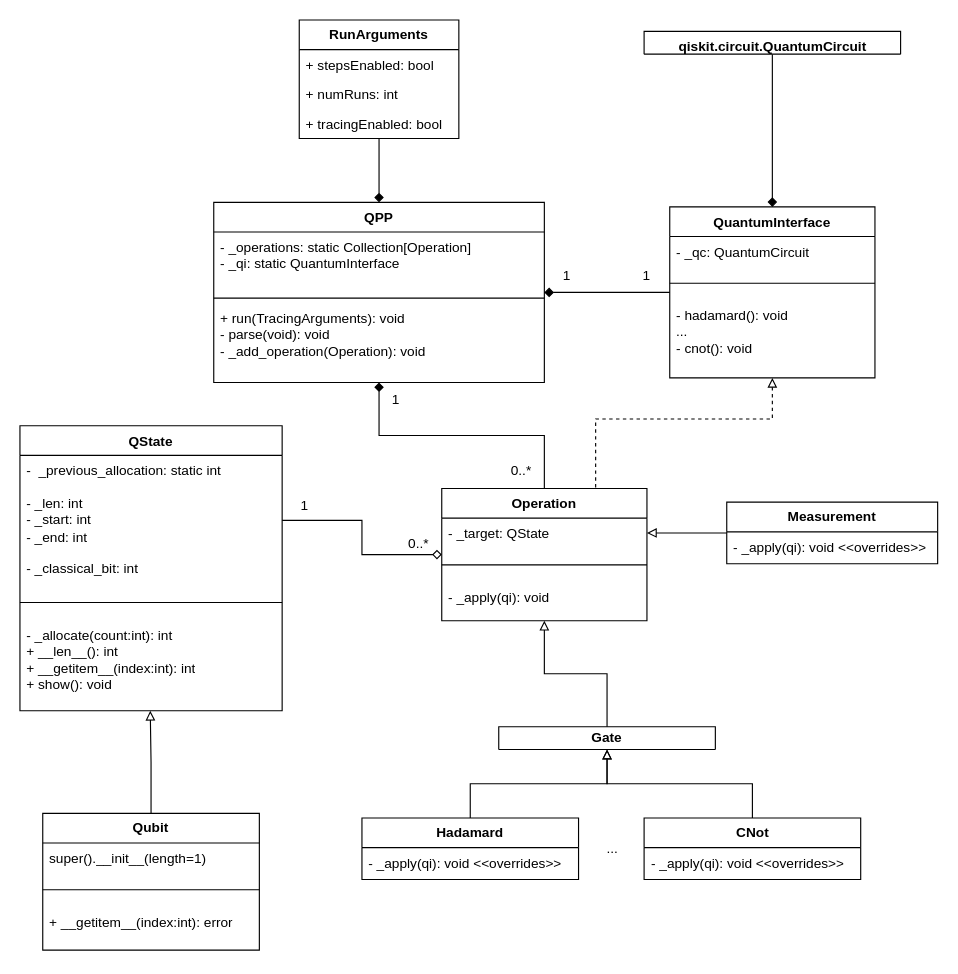
Before: uml.drawio in LejoLevan/qleap, a draw.io diagram. Source tidied: cells renumbered, new cells numbered last; positions are measured from the earlier drawing's top-left corner, leaving out a move shared by most shapes. Both pictures are drawn from the tidied source at 114%, with x=0, y=0 at pixel (19, 19).
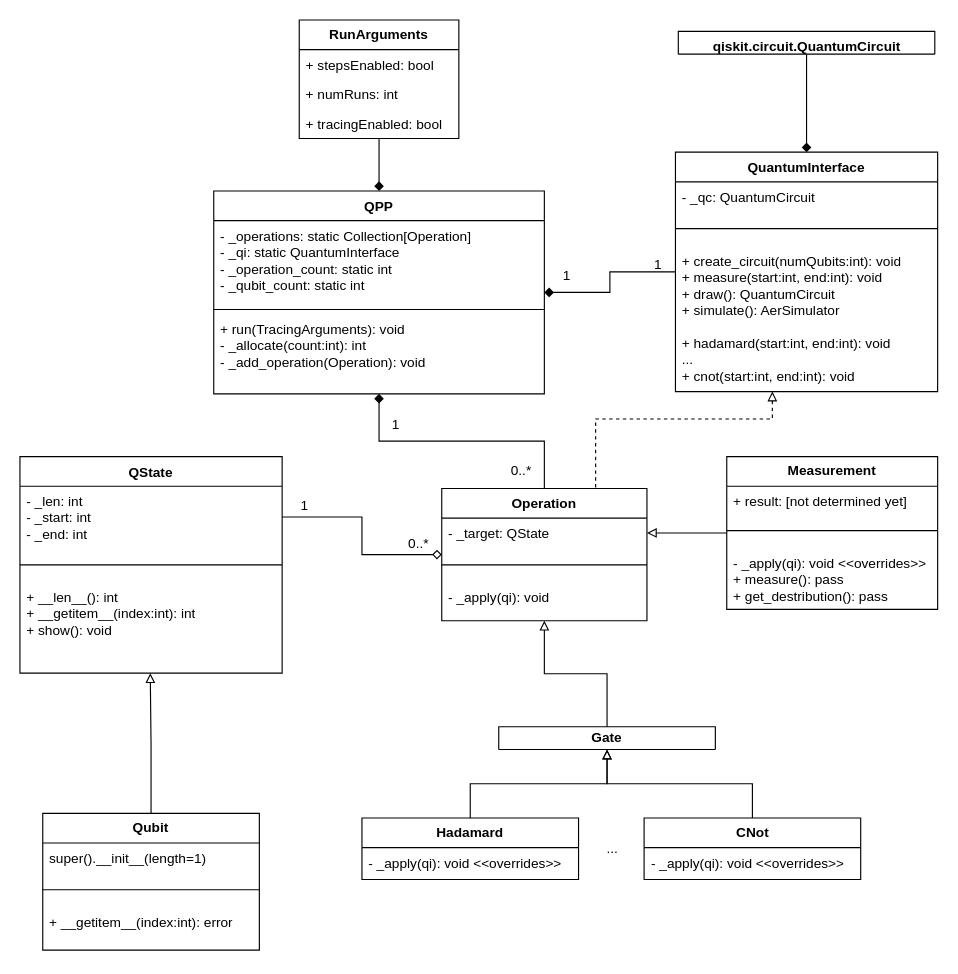
The same diagram, later.

Commit message (it also covers changes not shown here):
updated UML to latest running code

Diff of the diagram source:
```diff
@@
     <mxCell id="2" value="QState" style="swimlane;fontStyle=1;align=center;verticalAlign=top;horizontal=1;startSize=26;whiteSpace=wrap;html=1;" parent="1" vertex="1">
-      <mxGeometry y="356" width="230" height="250" as="geometry" />
+      <mxGeometry y="383" width="230" height="190" as="geometry" />
     </mxCell>
-    <mxCell id="3" value="-&amp;nbsp; _previous_allocation: static int&lt;div&gt;&lt;br&gt;&lt;/div&gt;&lt;div&gt;- _len: int&lt;div&gt;- _start: int&lt;/div&gt;&lt;/div&gt;&lt;div&gt;- _end: int&lt;/div&gt;&lt;div&gt;&lt;br&gt;&lt;/div&gt;&lt;div&gt;- _classical_bit: int&lt;/div&gt;" style="text;strokeColor=none;fillColor=none;align=left;verticalAlign=top;spacingLeft=4;spacingRight=4;overflow=hidden;points=[[0,0.5],[1,0.5]];portConstraint=eastwest;whiteSpace=wrap;html=1;" parent="2" vertex="1">
-      <mxGeometry y="26" width="230" height="114" as="geometry" />
+    <mxCell id="3" value="&lt;div&gt;&lt;span style=&quot;background-color: transparent; color: light-dark(rgb(0, 0, 0), rgb(255, 255, 255));&quot;&gt;- _len: int&lt;/span&gt;&lt;/div&gt;&lt;div&gt;&lt;div&gt;- _start: int&lt;/div&gt;&lt;/div&gt;&lt;div&gt;- _end: int&lt;/div&gt;" style="text;strokeColor=none;fillColor=none;align=left;verticalAlign=top;spacingLeft=4;spacingRight=4;overflow=hidden;points=[[0,0.5],[1,0.5]];portConstraint=eastwest;whiteSpace=wrap;html=1;" parent="2" vertex="1">
+      <mxGeometry y="26" width="230" height="54" as="geometry" />
     </mxCell>
     <mxCell id="4" style="line;strokeWidth=1;fillColor=none;align=left;verticalAlign=middle;spacingTop=-1;spacingLeft=3;spacingRight=3;labelPosition=right;strokeColor=inherit;" parent="2" vertex="1">
-      <mxGeometry y="140" width="230" height="30" as="geometry" />
+      <mxGeometry y="80" width="230" height="30" as="geometry" />
     </mxCell>
-    <mxCell id="5" value="- _allocate(count:int): int&lt;br&gt;&lt;div&gt;+ __len__(): int&lt;/div&gt;&lt;div&gt;+ __getitem__(index:int): int&lt;/div&gt;&lt;div&gt;+ show(): void&lt;/div&gt;" style="text;strokeColor=none;fillColor=none;align=left;verticalAlign=top;spacingLeft=4;spacingRight=4;overflow=hidden;points=[[0,0.5],[1,0.5]];portConstraint=eastwest;whiteSpace=wrap;html=1;" parent="2" vertex="1">
-      <mxGeometry y="170" width="230" height="80" as="geometry" />
+    <mxCell id="5" value="&lt;div&gt;+ __len__(): int&lt;/div&gt;&lt;div&gt;+ __getitem__(index:int): int&lt;/div&gt;&lt;div&gt;+ show(): void&lt;/div&gt;" style="text;strokeColor=none;fillColor=none;align=left;verticalAlign=top;spacingLeft=4;spacingRight=4;overflow=hidden;points=[[0,0.5],[1,0.5]];portConstraint=eastwest;whiteSpace=wrap;html=1;" parent="2" vertex="1">
+      <mxGeometry y="110" width="230" height="80" as="geometry" />
     </mxCell>
@@
     <mxCell id="18" value="QPP" style="swimlane;fontStyle=1;align=center;verticalAlign=top;horizontal=1;startSize=26;whiteSpace=wrap;html=1;" parent="1" vertex="1">
-      <mxGeometry x="170" y="160" width="290" height="158" as="geometry" />
+      <mxGeometry x="170" y="150" width="290" height="178" as="geometry" />
     </mxCell>
-    <mxCell id="19" value="- _operations: static Collection[Operation]&lt;div&gt;- _qi: static QuantumInterface&lt;/div&gt;" style="text;strokeColor=none;fillColor=none;align=left;verticalAlign=top;spacingLeft=4;spacingRight=4;overflow=hidden;whiteSpace=wrap;html=1;" parent="18" vertex="1">
-      <mxGeometry y="26" width="290" height="54" as="geometry" />
+    <mxCell id="19" value="- _operations: static Collection[Operation]&lt;div&gt;- _qi: static QuantumInterface&lt;/div&gt;&lt;div&gt;- _operation_count: static int&lt;/div&gt;&lt;div&gt;- _qubit_count: static int&lt;/div&gt;" style="text;strokeColor=none;fillColor=none;align=left;verticalAlign=top;spacingLeft=4;spacingRight=4;overflow=hidden;whiteSpace=wrap;html=1;" parent="18" vertex="1">
+      <mxGeometry y="26" width="290" height="74" as="geometry" />
     </mxCell>
     <mxCell id="20" style="line;strokeWidth=1;fillColor=none;align=left;verticalAlign=middle;spacingTop=-1;spacingLeft=3;spacingRight=3;labelPosition=right;strokeColor=inherit;" parent="18" vertex="1">
-      <mxGeometry y="80" width="290" height="8" as="geometry" />
+      <mxGeometry y="100" width="290" height="8" as="geometry" />
     </mxCell>
-    <mxCell id="21" value="+ run(TracingArguments): void&lt;div&gt;- parse(void): void&lt;/div&gt;&lt;div&gt;-&amp;nbsp;_add_operation(Operation): void&lt;/div&gt;" style="text;strokeColor=none;fillColor=none;align=left;verticalAlign=top;spacingLeft=4;spacingRight=4;overflow=hidden;whiteSpace=wrap;html=1;" parent="18" vertex="1">
-      <mxGeometry y="88" width="290" height="70" as="geometry" />
+    <mxCell id="21" value="+ run(TracingArguments): void&lt;div&gt;- _allocate(count:int): int&lt;/div&gt;&lt;div&gt;-&amp;nbsp;_add_operation(Operation): void&lt;/div&gt;" style="text;strokeColor=none;fillColor=none;align=left;verticalAlign=top;spacingLeft=4;spacingRight=4;overflow=hidden;whiteSpace=wrap;html=1;" parent="18" vertex="1">
+      <mxGeometry y="108" width="290" height="70" as="geometry" />
     </mxCell>
@@
     <mxCell id="30" value="&lt;b&gt;Measurement&lt;/b&gt;" style="swimlane;fontStyle=0;horizontal=1;startSize=26;fillColor=none;whiteSpace=wrap;html=1;" parent="1" vertex="1">
-      <mxGeometry x="620" y="423" width="185" height="54" as="geometry" />
+      <mxGeometry x="620" y="383" width="185" height="134" as="geometry" />
     </mxCell>
+    <mxCell id="52" value="+ result: [not determined yet]" style="text;strokeColor=none;fillColor=none;align=left;verticalAlign=top;spacingLeft=4;spacingRight=4;overflow=hidden;whiteSpace=wrap;html=1;" parent="30" vertex="1">
+      <mxGeometry y="26" width="185" height="24" as="geometry" />
+    </mxCell>
+    <mxCell id="53" style="line;strokeWidth=1;fillColor=none;align=left;verticalAlign=middle;spacingTop=-1;spacingLeft=3;spacingRight=3;labelPosition=right;strokeColor=inherit;" parent="30" vertex="1">
+      <mxGeometry y="50" width="185" height="30" as="geometry" />
+    </mxCell>
-    <mxCell id="31" value="- _apply(qi): void &amp;lt;&amp;lt;overrides&amp;gt;&amp;gt;" style="text;strokeColor=none;fillColor=none;align=left;verticalAlign=top;spacingLeft=4;spacingRight=4;overflow=hidden;whiteSpace=wrap;html=1;" parent="30" vertex="1">
-      <mxGeometry y="26" width="185" height="28" as="geometry" />
+    <mxCell id="31" value="- _apply(qi): void &amp;lt;&amp;lt;overrides&amp;gt;&amp;gt;&lt;div&gt;+ measure(): pass&lt;/div&gt;&lt;div&gt;+ get_destribution(): pass&lt;/div&gt;" style="text;strokeColor=none;fillColor=none;align=left;verticalAlign=top;spacingLeft=4;spacingRight=4;overflow=hidden;whiteSpace=wrap;html=1;" parent="30" vertex="1">
+      <mxGeometry y="80" width="185" height="54" as="geometry" />
     </mxCell>
@@
     <mxCell id="33" value="QuantumInterface" style="swimlane;fontStyle=1;align=center;verticalAlign=top;horizontal=1;startSize=26;whiteSpace=wrap;html=1;" parent="1" vertex="1">
-      <mxGeometry x="570" y="164" width="180" height="150" as="geometry" />
+      <mxGeometry x="575" y="116" width="230" height="210" as="geometry" />
     </mxCell>
     <mxCell id="34" value="- _qc: QuantumCircuit" style="text;strokeColor=none;fillColor=none;align=left;verticalAlign=top;spacingLeft=4;spacingRight=4;overflow=hidden;whiteSpace=wrap;html=1;" parent="33" vertex="1">
-      <mxGeometry y="26" width="180" height="26" as="geometry" />
+      <mxGeometry y="26" width="230" height="26" as="geometry" />
     </mxCell>
     <mxCell id="35" style="line;strokeWidth=1;fillColor=none;align=left;verticalAlign=middle;spacingTop=-1;spacingLeft=3;spacingRight=3;labelPosition=right;strokeColor=inherit;" parent="33" vertex="1">
-      <mxGeometry y="52" width="180" height="30" as="geometry" />
+      <mxGeometry y="52" width="230" height="30" as="geometry" />
     </mxCell>
-    <mxCell id="36" value="- hadamard(): void&lt;div&gt;...&lt;/div&gt;&lt;div&gt;- cnot(): void&lt;/div&gt;" style="text;strokeColor=none;fillColor=none;align=left;verticalAlign=top;spacingLeft=4;spacingRight=4;overflow=hidden;whiteSpace=wrap;html=1;" parent="33" vertex="1">
-      <mxGeometry y="82" width="180" height="68" as="geometry" />
+    <mxCell id="36" value="&lt;div&gt;+ create_circuit(numQubits:int): void&lt;/div&gt;&lt;div&gt;+ measure(start:int, end:int): void&lt;/div&gt;&lt;div&gt;+ draw(): QuantumCircuit&lt;/div&gt;&lt;div&gt;+ simulate(): AerSimulator&lt;/div&gt;&lt;div&gt;&lt;br&gt;&lt;/div&gt;+ hadamard(start:int, end:int): void&lt;div&gt;...&lt;/div&gt;&lt;div&gt;+ cnot(&lt;span style=&quot;background-color: transparent; color: light-dark(rgb(0, 0, 0), rgb(255, 255, 255));&quot;&gt;start:int, end:int&lt;/span&gt;&lt;span style=&quot;background-color: transparent; color: light-dark(rgb(0, 0, 0), rgb(255, 255, 255));&quot;&gt;): void&lt;/span&gt;&lt;/div&gt;&lt;div&gt;&lt;br&gt;&lt;/div&gt;" style="text;strokeColor=none;fillColor=none;align=left;verticalAlign=top;spacingLeft=4;spacingRight=4;overflow=hidden;whiteSpace=wrap;html=1;" parent="33" vertex="1">
+      <mxGeometry y="82" width="230" height="128" as="geometry" />
     </mxCell>
@@
     <mxCell id="38" value="qiskit.circuit.QuantumCircuit" style="swimlane;fontStyle=1;align=center;verticalAlign=top;horizontal=1;startSize=26;whiteSpace=wrap;html=1;" parent="1" vertex="1">
-      <mxGeometry x="547.5" y="10" width="225" height="20" as="geometry" />
+      <mxGeometry x="577.5" y="10" width="225" height="20" as="geometry" />
     </mxCell>
@@
     <mxCell id="49" value="1" style="text;html=1;whiteSpace=wrap;strokeColor=none;fillColor=none;align=center;verticalAlign=middle;rounded=0;" parent="1" vertex="1">
-      <mxGeometry x="300" y="318" width="60" height="30" as="geometry" />
+      <mxGeometry x="300" y="340" width="60" height="30" as="geometry" />
     </mxCell>
@@
     <mxCell id="51" value="1" style="text;html=1;whiteSpace=wrap;strokeColor=none;fillColor=none;align=center;verticalAlign=middle;rounded=0;" parent="1" vertex="1">
-      <mxGeometry x="520" y="210" width="60" height="30" as="geometry" />
+      <mxGeometry x="530" y="200" width="60" height="30" as="geometry" />
     </mxCell>
```
